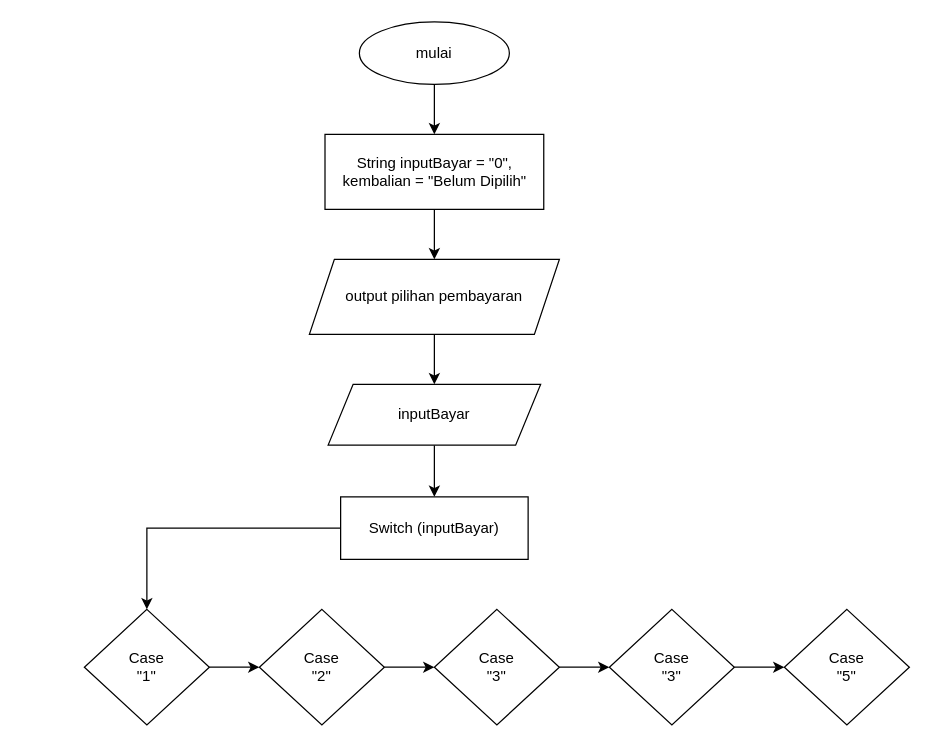
Before: page "bayar" (4 of 4) of fiturBarang().drawio in Diaputr/tugas-besar, a draw.io diagram. Source tidied: cells renumbered, new cells numbered last; positions are measured from the earlier drawing's top-left corner, leaving out a move shared by most shapes. Both pictures are drawn from the tidied source at 125%, with x=0, y=0 at pixel (84, 21).
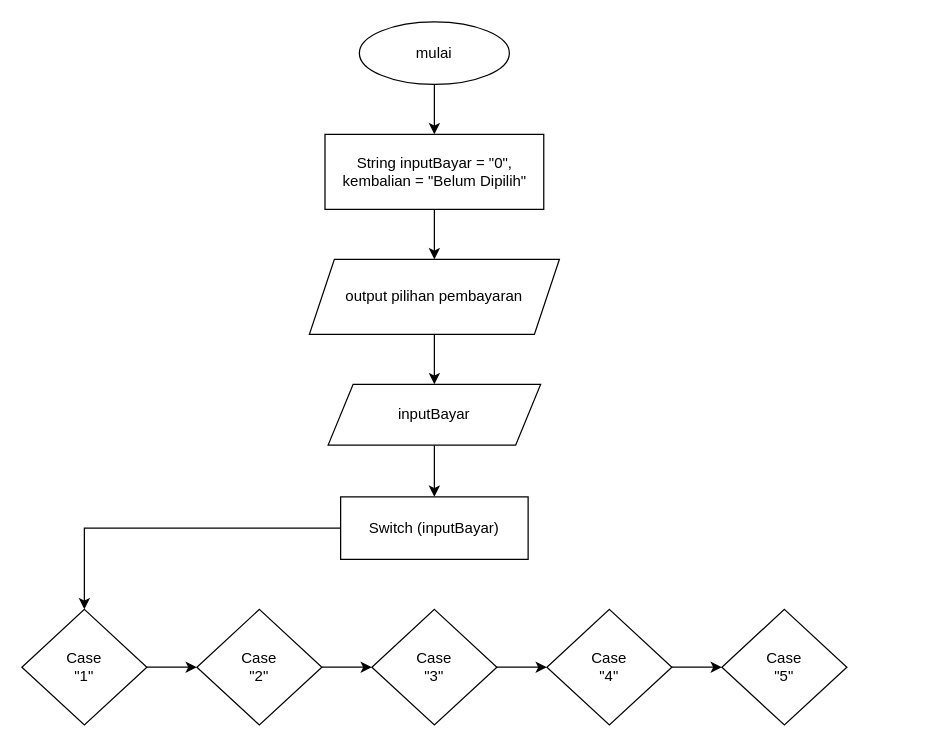
The same page after the edit.

The edit, as a diff of the source:
```diff
@@
     <mxCell id="13" value="Case&lt;br&gt;&quot;1&quot;" style="rhombus;whiteSpace=wrap;html=1;" parent="1" vertex="1">
-      <mxGeometry y="470" width="100" height="92.5" as="geometry" />
+      <mxGeometry x="-50" y="470" width="100" height="92.5" as="geometry" />
     </mxCell>
@@
     <mxCell id="15" value="Case&lt;br&gt;&quot;2&quot;" style="rhombus;whiteSpace=wrap;html=1;" parent="1" vertex="1">
-      <mxGeometry x="140" y="470" width="100" height="92.5" as="geometry" />
+      <mxGeometry x="90" y="470" width="100" height="92.5" as="geometry" />
     </mxCell>
@@
     <mxCell id="17" value="Case&lt;br&gt;&quot;3&quot;" style="rhombus;whiteSpace=wrap;html=1;" parent="1" vertex="1">
-      <mxGeometry x="280" y="470" width="100" height="92.5" as="geometry" />
+      <mxGeometry x="230" y="470" width="100" height="92.5" as="geometry" />
     </mxCell>
@@
-    <mxCell id="19" value="Case&lt;br&gt;&quot;3&quot;" style="rhombus;whiteSpace=wrap;html=1;" parent="1" vertex="1">
-      <mxGeometry x="420" y="470" width="100" height="92.5" as="geometry" />
+    <mxCell id="19" value="Case&lt;br&gt;&quot;4&quot;" style="rhombus;whiteSpace=wrap;html=1;" parent="1" vertex="1">
+      <mxGeometry x="370" y="470" width="100" height="92.5" as="geometry" />
     </mxCell>
     <mxCell id="20" value="Case&lt;br&gt;&quot;5&quot;" style="rhombus;whiteSpace=wrap;html=1;" parent="1" vertex="1">
-      <mxGeometry x="560" y="470" width="100" height="92.5" as="geometry" />
+      <mxGeometry x="510" y="470" width="100" height="92.5" as="geometry" />
     </mxCell>
```
